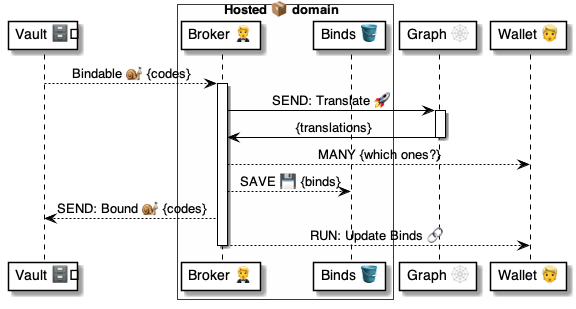
pollyweb-org/pollyweb-docs keeps this PlantUML diagram as 4 ⚙️ Solution/20 🧑‍🦰 UI/Brokers 🤵/🤵🅰️ Broker methods/Binds 🔗 Bindable 🗄️🐌🤵/🤵 Bindable ⚙️ uml.png. Above is the earlier version. Its source is kept beside it as 4 ⚙️ Solution/20 🧑‍🦰 UI/Brokers 🤵/🤵🅰️ Broker methods/Binds 🔗 Bindable 🗄️🐌🤵/🤵 Bindable ⚙️ uml.puml.
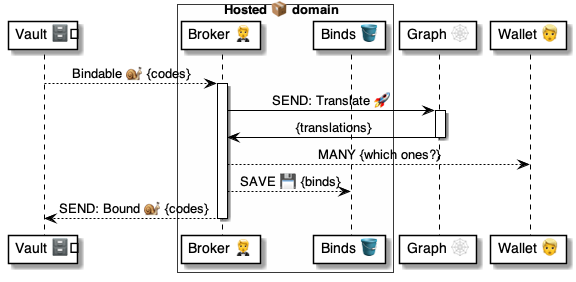
The same diagram one commit later.

The edit, as a diff of the source:
```diff
@@ -26,7 +26,6 @@
         broker --> itemizer: SAVE 💾 {binds}
 
         broker --> vault: SEND: Bound 🐌 {codes}
-        broker --> wallet: RUN: Update Binds 🔗
     deactivate broker
 
 @enduml
```
